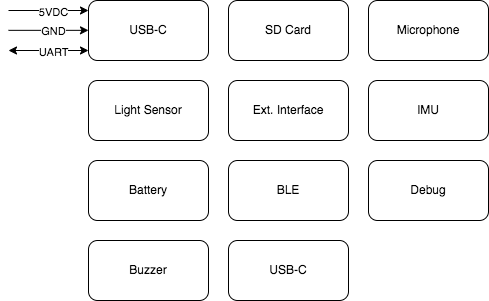
Earlier version of the draw.io export doc/img/functional.drawio.png (oldgeezr/sensa). Source tidied: cells renumbered, new cells last; positions are measured from the earlier drawing's top-left corner, leaving out a move shared by most shapes.
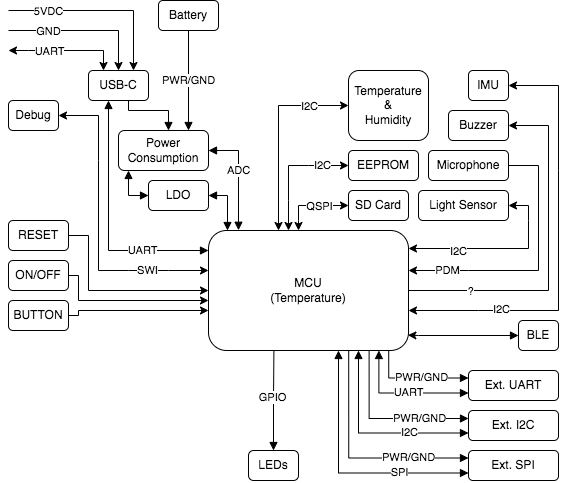
Above is the later version.

Change to the diagram source:
```diff
@@ -2,65 +2,353 @@
   <root>
     <mxCell id="0" />
     <mxCell id="1" parent="0" />
+    <mxCell id="19" style="edgeStyle=orthogonalEdgeStyle;rounded=0;jettySize=auto;html=1;startArrow=none;startFill=0;endArrow=block;endFill=1;" parent="1" edge="1" source="2" target="25">
+      <mxGeometry relative="1" as="geometry">
+        <Array as="points">
+          <mxPoint x="40" y="70" />
+          <mxPoint x="80" y="70" />
+        </Array>
+      </mxGeometry>
+    </mxCell>
+    <mxCell id="20" style="edgeStyle=orthogonalEdgeStyle;rounded=0;jettySize=auto;html=1;startArrow=block;startFill=1;endArrow=block;endFill=1;" parent="1" edge="1" source="2" target="26">
+      <mxGeometry relative="1" as="geometry">
+        <Array as="points">
+          <mxPoint x="20" y="210" />
+        </Array>
+      </mxGeometry>
+    </mxCell>
+    <mxCell id="21" value="UART" style="edgeLabel;html=1;align=center;verticalAlign=middle;" parent="20" vertex="1">
+      <mxGeometry x="0.47" y="1" relative="1" as="geometry" />
+    </mxCell>
     <mxCell id="2" value="USB-C" style="rounded=1;whiteSpace=wrap;html=1;" parent="1" vertex="1">
-      <mxGeometry x="80" width="120" height="60" as="geometry" />
+      <mxGeometry y="30" width="60" height="30" as="geometry" />
     </mxCell>
-    <mxCell id="3" style="endArrow=classic;html=1;rounded=0;startArrow=classic;startFill=1;" parent="1" edge="1">
+    <mxCell id="3" style="endArrow=classic;html=1;rounded=0;startArrow=classic;startFill=1;entryX=0.25;entryY=0;entryDx=0;entryDy=0;" parent="1" edge="1" target="2">
       <mxGeometry relative="1" as="geometry">
-        <mxPoint y="50" as="sourcePoint" />
-        <mxPoint x="80" y="50" as="targetPoint" />
+        <mxPoint x="-80" y="10" as="sourcePoint" />
+        <Array as="points">
+          <mxPoint x="-60" y="10" />
+          <mxPoint x="15" y="10" />
+        </Array>
       </mxGeometry>
     </mxCell>
     <mxCell id="4" value="UART" style="edgeLabel;html=1;align=center;verticalAlign=middle;" parent="3" vertex="1">
-      <mxGeometry x="0.1" y="-1" relative="1" as="geometry" />
+      <mxGeometry x="0.1" y="-1" relative="1" as="geometry">
+        <mxPoint x="-23" y="-1" as="offset" />
+      </mxGeometry>
     </mxCell>
-    <mxCell id="5" style="endArrow=classic;html=1;rounded=0;" parent="1" edge="1">
+    <mxCell id="5" style="endArrow=classic;html=1;rounded=0;entryX=0.5;entryY=0;entryDx=0;entryDy=0;" parent="1" edge="1" target="2">
       <mxGeometry relative="1" as="geometry">
-        <mxPoint y="29.8" as="sourcePoint" />
-        <mxPoint x="80" y="29.8" as="targetPoint" />
+        <mxPoint x="-80" y="-10" as="sourcePoint" />
+        <Array as="points">
+          <mxPoint x="30" y="-10" />
+        </Array>
       </mxGeometry>
     </mxCell>
     <mxCell id="6" value="GND" style="edgeLabel;html=1;align=center;verticalAlign=middle;" parent="5" vertex="1">
-      <mxGeometry x="0.1" y="-1" relative="1" as="geometry" />
+      <mxGeometry x="0.1" y="-1" relative="1" as="geometry">
+        <mxPoint x="-43" y="-1" as="offset" />
+      </mxGeometry>
     </mxCell>
-    <mxCell id="7" style="endArrow=classic;html=1;rounded=0;" parent="1" edge="1">
+    <mxCell id="7" style="endArrow=classic;html=1;rounded=0;entryX=0.75;entryY=0;entryDx=0;entryDy=0;" parent="1" edge="1" target="2">
       <mxGeometry relative="1" as="geometry">
-        <mxPoint y="10" as="sourcePoint" />
-        <mxPoint x="80" y="10" as="targetPoint" />
+        <mxPoint x="-80" y="-30" as="sourcePoint" />
+        <Array as="points">
+          <mxPoint x="45" y="-30" />
+        </Array>
       </mxGeometry>
     </mxCell>
     <mxCell id="8" value="5VDC" style="edgeLabel;html=1;align=center;verticalAlign=middle;" parent="7" vertex="1">
-      <mxGeometry x="0.1" y="-1" relative="1" as="geometry" />
+      <mxGeometry x="0.1" y="-1" relative="1" as="geometry">
+        <mxPoint x="-62" y="-1" as="offset" />
+      </mxGeometry>
     </mxCell>
-    <mxCell id="9" value="Light Sensor" style="rounded=1;whiteSpace=wrap;html=1;" parent="1" vertex="1">
-      <mxGeometry x="80" y="80" width="120" height="60" as="geometry" />
+    <mxCell id="9" value="Light Sensor" style="rounded=1;whiteSpace=wrap;html=1;glass=0;shadow=0;" parent="1" vertex="1">
+      <mxGeometry x="330" y="150" width="90" height="30" as="geometry" />
     </mxCell>
     <mxCell id="10" value="SD Card" style="rounded=1;whiteSpace=wrap;html=1;" parent="1" vertex="1">
-      <mxGeometry x="220" width="120" height="60" as="geometry" />
+      <mxGeometry x="260" y="150" width="60" height="30" as="geometry" />
     </mxCell>
-    <mxCell id="11" value="Ext. Interface" style="rounded=1;whiteSpace=wrap;html=1;" parent="1" vertex="1">
-      <mxGeometry x="220" y="80" width="120" height="60" as="geometry" />
-    </mxCell>
-    <mxCell id="12" value="Microphone" style="rounded=1;whiteSpace=wrap;html=1;" parent="1" vertex="1">
-      <mxGeometry x="360" width="120" height="60" as="geometry" />
+    <mxCell id="12" value="Temperature&lt;br&gt;&amp;amp;&lt;br&gt;Humidity" style="rounded=1;whiteSpace=wrap;html=1;" parent="1" vertex="1">
+      <mxGeometry x="260" y="30" width="80" height="70" as="geometry" />
     </mxCell>
     <mxCell id="13" value="IMU" style="rounded=1;whiteSpace=wrap;html=1;" parent="1" vertex="1">
-      <mxGeometry x="360" y="80" width="120" height="60" as="geometry" />
+      <mxGeometry x="380" y="30" width="40" height="30" as="geometry" />
     </mxCell>
+    <mxCell id="22" value="PWR/GND" style="edgeStyle=orthogonalEdgeStyle;rounded=0;jettySize=auto;html=1;startArrow=none;startFill=0;endArrow=block;endFill=1;" parent="1" edge="1" source="14">
+      <mxGeometry relative="1" as="geometry">
+        <mxPoint x="100" y="90" as="targetPoint" />
+      </mxGeometry>
+    </mxCell>
     <mxCell id="14" value="Battery" style="rounded=1;whiteSpace=wrap;html=1;" parent="1" vertex="1">
-      <mxGeometry x="80" y="160" width="120" height="60" as="geometry" />
+      <mxGeometry x="70" y="-40" width="60" height="30" as="geometry" />
     </mxCell>
+    <mxCell id="23" style="edgeStyle=orthogonalEdgeStyle;rounded=0;jettySize=auto;html=1;entryX=0.997;entryY=0.872;entryDx=0;entryDy=0;entryPerimeter=0;startArrow=block;startFill=1;exitX=0;exitY=0.5;exitDx=0;exitDy=0;" parent="1" edge="1" source="15" target="26">
+      <mxGeometry relative="1" as="geometry">
+        <Array as="points">
+          <mxPoint x="330" y="295" />
+        </Array>
+      </mxGeometry>
+    </mxCell>
     <mxCell id="15" value="BLE" style="rounded=1;whiteSpace=wrap;html=1;" parent="1" vertex="1">
-      <mxGeometry x="220" y="160" width="120" height="60" as="geometry" />
+      <mxGeometry x="430" y="280" width="40" height="30" as="geometry" />
     </mxCell>
-    <mxCell id="16" value="Debug" style="rounded=1;whiteSpace=wrap;html=1;" parent="1" vertex="1">
-      <mxGeometry x="360" y="160" width="120" height="60" as="geometry" />
-    </mxCell>
     <mxCell id="17" value="Buzzer" style="rounded=1;whiteSpace=wrap;html=1;" parent="1" vertex="1">
-      <mxGeometry x="80" y="240" width="120" height="60" as="geometry" />
+      <mxGeometry x="360" y="70" width="60" height="30" as="geometry" />
     </mxCell>
-    <mxCell id="18" value="USB-C" style="rounded=1;whiteSpace=wrap;html=1;" parent="1" vertex="1">
-      <mxGeometry x="220" y="240" width="120" height="60" as="geometry" />
+    <mxCell id="18" value="EEPROM" style="rounded=1;whiteSpace=wrap;html=1;" parent="1" vertex="1">
+      <mxGeometry x="260" y="110" width="70" height="30" as="geometry" />
     </mxCell>
+    <mxCell id="24" value="ADC" style="edgeStyle=orthogonalEdgeStyle;rounded=0;jettySize=auto;html=1;startArrow=block;startFill=1;endArrow=block;endFill=1;exitX=1;exitY=0.5;exitDx=0;exitDy=0;entryX=0.145;entryY=-0.002;entryDx=0;entryDy=0;entryPerimeter=0;" parent="1" edge="1" source="25" target="26">
+      <mxGeometry x="-0.1" relative="1" as="geometry">
+        <Array as="points">
+          <mxPoint x="150" y="110" />
+          <mxPoint x="150" y="190" />
+        </Array>
+      </mxGeometry>
+    </mxCell>
+    <mxCell id="25" value="Power&lt;br&gt;Consumption" style="rounded=1;whiteSpace=wrap;html=1;" parent="1" vertex="1">
+      <mxGeometry x="30" y="90" width="90" height="40" as="geometry" />
+    </mxCell>
+    <mxCell id="26" value="MCU&lt;br&gt;(Temperature)" style="rounded=1;whiteSpace=wrap;html=1;" parent="1" vertex="1">
+      <mxGeometry x="120" y="190" width="200" height="120" as="geometry" />
+    </mxCell>
+    <mxCell id="27" style="edgeStyle=orthogonalEdgeStyle;rounded=0;jettySize=auto;html=1;startArrow=block;startFill=1;endArrow=none;endFill=0;entryX=0.127;entryY=0.999;entryDx=0;entryDy=0;entryPerimeter=0;" parent="1" edge="1" source="29">
+      <mxGeometry relative="1" as="geometry">
+        <mxPoint x="185.4" y="309.9" as="targetPoint" />
+      </mxGeometry>
+    </mxCell>
+    <mxCell id="28" value="GPIO" style="edgeLabel;html=1;align=center;verticalAlign=middle;" parent="27" vertex="1">
+      <mxGeometry x="0.07" y="2" relative="1" as="geometry" />
+    </mxCell>
+    <mxCell id="29" value="LEDs" style="rounded=1;whiteSpace=wrap;html=1;arcSize=17;" parent="1" vertex="1">
+      <mxGeometry x="160" y="410" width="50" height="30" as="geometry" />
+    </mxCell>
+    <mxCell id="30" style="edgeStyle=orthogonalEdgeStyle;rounded=0;jettySize=auto;html=1;" parent="1" edge="1" source="31">
+      <mxGeometry relative="1" as="geometry">
+        <mxPoint x="120" y="260" as="targetPoint" />
+        <Array as="points">
+          <mxPoint x="-10" y="235" />
+          <mxPoint x="-10" y="260" />
+          <mxPoint x="120" y="260" />
+        </Array>
+      </mxGeometry>
+    </mxCell>
+    <mxCell id="31" value="ON/OFF" style="rounded=1;whiteSpace=wrap;html=1;" parent="1" vertex="1">
+      <mxGeometry x="-80" y="220" width="60" height="30" as="geometry" />
+    </mxCell>
+    <mxCell id="32" style="edgeStyle=orthogonalEdgeStyle;rounded=0;jettySize=auto;html=1;" parent="1" edge="1" source="33" target="26">
+      <mxGeometry relative="1" as="geometry">
+        <Array as="points">
+          <mxPoint y="195" />
+          <mxPoint y="250" />
+        </Array>
+      </mxGeometry>
+    </mxCell>
+    <mxCell id="33" value="RESET" style="rounded=1;whiteSpace=wrap;html=1;" parent="1" vertex="1">
+      <mxGeometry x="-80" y="180" width="60" height="30" as="geometry" />
+    </mxCell>
+    <mxCell id="34" style="edgeStyle=orthogonalEdgeStyle;rounded=0;jettySize=auto;html=1;exitX=1;exitY=0.5;exitDx=0;exitDy=0;" parent="1" edge="1" source="35">
+      <mxGeometry relative="1" as="geometry">
+        <mxPoint x="120" y="270" as="targetPoint" />
+        <Array as="points">
+          <mxPoint x="-10" y="275" />
+          <mxPoint x="-10" y="270" />
+          <mxPoint x="120" y="270" />
+        </Array>
+      </mxGeometry>
+    </mxCell>
+    <mxCell id="35" value="BUTTON" style="rounded=1;whiteSpace=wrap;html=1;" parent="1" vertex="1">
+      <mxGeometry x="-80" y="260" width="60" height="30" as="geometry" />
+    </mxCell>
+    <mxCell id="36" value="Microphone" style="rounded=1;whiteSpace=wrap;html=1;" parent="1" vertex="1">
+      <mxGeometry x="340" y="110" width="80" height="30" as="geometry" />
+    </mxCell>
+    <mxCell id="16" value="Debug" style="rounded=1;whiteSpace=wrap;html=1;glass=0;shadow=0;" parent="1" vertex="1">
+      <mxGeometry x="-80" y="60" width="50" height="30" as="geometry" />
+    </mxCell>
+    <mxCell id="37" style="endArrow=classic;startArrow=classic;html=1;rounded=0;exitX=1;exitY=0.5;exitDx=0;exitDy=0;" parent="1" edge="1" source="16">
+      <mxGeometry relative="1" as="geometry">
+        <mxPoint x="120" y="230" as="targetPoint" />
+        <Array as="points">
+          <mxPoint x="10" y="75" />
+          <mxPoint x="10" y="120" />
+          <mxPoint x="10" y="230" />
+          <mxPoint x="40" y="230" />
+          <mxPoint x="80" y="230" />
+        </Array>
+      </mxGeometry>
+    </mxCell>
+    <mxCell id="38" value="SWI" style="edgeLabel;html=1;align=center;verticalAlign=middle;" parent="37" vertex="1">
+      <mxGeometry x="0.6" y="1" relative="1" as="geometry" />
+    </mxCell>
+    <mxCell id="39" style="endArrow=classic;startArrow=classic;html=1;rounded=0;entryX=1;entryY=0.5;entryDx=0;entryDy=0;" parent="1" edge="1" target="9">
+      <mxGeometry relative="1" as="geometry">
+        <mxPoint x="320" y="208" as="sourcePoint" />
+        <Array as="points">
+          <mxPoint x="440" y="208" />
+          <mxPoint x="440" y="180" />
+          <mxPoint x="440" y="165" />
+        </Array>
+      </mxGeometry>
+    </mxCell>
+    <mxCell id="40" value="I2C" style="edgeLabel;html=1;align=center;verticalAlign=middle;" parent="39" vertex="1">
+      <mxGeometry x="-0.4" y="-2" relative="1" as="geometry">
+        <mxPoint x="-6" as="offset" />
+      </mxGeometry>
+    </mxCell>
+    <mxCell id="41" style="endArrow=classic;startArrow=classic;html=1;rounded=0;entryX=1;entryY=0.5;entryDx=0;entryDy=0;" parent="1" edge="1" target="13">
+      <mxGeometry relative="1" as="geometry">
+        <mxPoint x="320" y="270" as="sourcePoint" />
+        <Array as="points">
+          <mxPoint x="390" y="270" />
+          <mxPoint x="470" y="270" />
+          <mxPoint x="470" y="130" />
+          <mxPoint x="470" y="45" />
+        </Array>
+      </mxGeometry>
+    </mxCell>
+    <mxCell id="42" value="I2C" style="edgeLabel;html=1;align=center;verticalAlign=middle;" parent="41" vertex="1">
+      <mxGeometry x="-0.53" y="2" relative="1" as="geometry">
+        <mxPoint x="-8" as="offset" />
+      </mxGeometry>
+    </mxCell>
+    <mxCell id="43" style="endArrow=classic;startArrow=none;html=1;rounded=0;entryX=1;entryY=0.5;entryDx=0;entryDy=0;exitX=1;exitY=0.5;exitDx=0;exitDy=0;startFill=0;" parent="1" edge="1" source="26" target="17">
+      <mxGeometry relative="1" as="geometry">
+        <Array as="points">
+          <mxPoint x="460" y="250" />
+          <mxPoint x="460" y="85" />
+        </Array>
+      </mxGeometry>
+    </mxCell>
+    <mxCell id="44" value="?" style="edgeLabel;html=1;align=center;verticalAlign=middle;" parent="43" vertex="1">
+      <mxGeometry x="-0.64" relative="1" as="geometry" />
+    </mxCell>
+    <mxCell id="45" style="endArrow=none;startArrow=classic;html=1;rounded=0;entryX=1;entryY=0.5;entryDx=0;entryDy=0;endFill=0;" parent="1" edge="1" target="36">
+      <mxGeometry relative="1" as="geometry">
+        <mxPoint x="320" y="230" as="sourcePoint" />
+        <Array as="points">
+          <mxPoint x="380" y="230" />
+          <mxPoint x="450" y="230" />
+          <mxPoint x="450" y="125" />
+        </Array>
+      </mxGeometry>
+    </mxCell>
+    <mxCell id="46" value="PDM" style="edgeLabel;html=1;align=center;verticalAlign=middle;" parent="45" vertex="1">
+      <mxGeometry x="-0.71" y="1" relative="1" as="geometry" />
+    </mxCell>
+    <mxCell id="47" style="endArrow=classic;startArrow=classic;html=1;rounded=0;entryX=0;entryY=0.5;entryDx=0;entryDy=0;" parent="1" edge="1" target="10">
+      <mxGeometry relative="1" as="geometry">
+        <mxPoint x="210" y="190" as="sourcePoint" />
+        <Array as="points">
+          <mxPoint x="210" y="180" />
+          <mxPoint x="210" y="165" />
+        </Array>
+      </mxGeometry>
+    </mxCell>
+    <mxCell id="48" value="QSPI" style="edgeLabel;html=1;align=center;verticalAlign=middle;" parent="47" vertex="1">
+      <mxGeometry x="0.49" y="-1" relative="1" as="geometry">
+        <mxPoint x="-11" y="-1" as="offset" />
+      </mxGeometry>
+    </mxCell>
+    <mxCell id="49" value="I2C" style="endArrow=classic;startArrow=classic;html=1;rounded=0;entryX=0;entryY=0.5;entryDx=0;entryDy=0;" parent="1" edge="1" target="18">
+      <mxGeometry x="0.59" relative="1" as="geometry">
+        <mxPoint x="200" y="190" as="sourcePoint" />
+        <Array as="points">
+          <mxPoint x="200" y="160" />
+          <mxPoint x="200" y="125" />
+          <mxPoint x="220" y="125" />
+        </Array>
+      </mxGeometry>
+    </mxCell>
+    <mxCell id="50" style="edgeStyle=orthogonalEdgeStyle;rounded=0;jettySize=auto;html=1;startArrow=block;startFill=1;endArrow=none;endFill=0;exitX=0;exitY=0.25;exitDx=0;exitDy=0;entryX=0.901;entryY=0.997;entryDx=0;entryDy=0;entryPerimeter=0;" parent="1" edge="1" source="52" target="26">
+      <mxGeometry relative="1" as="geometry" />
+    </mxCell>
+    <mxCell id="51" value="PWR/GND" style="edgeLabel;html=1;align=center;verticalAlign=middle;" parent="50" vertex="1">
+      <mxGeometry x="-0.11" y="-1" relative="1" as="geometry" />
+    </mxCell>
+    <mxCell id="52" value="Ext. UART" style="rounded=1;whiteSpace=wrap;html=1;" parent="1" vertex="1">
+      <mxGeometry x="380" y="330" width="90" height="30" as="geometry" />
+    </mxCell>
+    <mxCell id="53" style="edgeStyle=orthogonalEdgeStyle;rounded=0;jettySize=auto;html=1;startArrow=block;startFill=1;endArrow=block;endFill=1;exitX=0;exitY=0.75;exitDx=0;exitDy=0;entryX=0.852;entryY=1;entryDx=0;entryDy=0;entryPerimeter=0;" parent="1" edge="1" source="52" target="26">
+      <mxGeometry relative="1" as="geometry" />
+    </mxCell>
+    <mxCell id="54" value="UART" style="edgeLabel;html=1;align=center;verticalAlign=middle;" parent="53" vertex="1">
+      <mxGeometry x="-0.37" y="-1" relative="1" as="geometry">
+        <mxPoint x="-19" as="offset" />
+      </mxGeometry>
+    </mxCell>
+    <mxCell id="55" style="edgeStyle=orthogonalEdgeStyle;rounded=0;jettySize=auto;html=1;startArrow=block;startFill=1;endArrow=none;endFill=0;entryX=0.803;entryY=1.001;entryDx=0;entryDy=0;entryPerimeter=0;" parent="1" edge="1" target="26">
+      <mxGeometry relative="1" as="geometry">
+        <mxPoint x="380" y="378" as="sourcePoint" />
+      </mxGeometry>
+    </mxCell>
+    <mxCell id="56" value="PWR/GND" style="edgeLabel;html=1;align=center;verticalAlign=middle;" parent="55" vertex="1">
+      <mxGeometry x="-0.11" y="-1" relative="1" as="geometry">
+        <mxPoint x="24" as="offset" />
+      </mxGeometry>
+    </mxCell>
+    <mxCell id="57" value="Ext. I2C" style="rounded=1;whiteSpace=wrap;html=1;" parent="1" vertex="1">
+      <mxGeometry x="380" y="370" width="90" height="30" as="geometry" />
+    </mxCell>
+    <mxCell id="58" style="edgeStyle=orthogonalEdgeStyle;rounded=0;jettySize=auto;html=1;startArrow=block;startFill=1;endArrow=block;endFill=1;entryX=0.75;entryY=1;entryDx=0;entryDy=0;exitX=0;exitY=0.75;exitDx=0;exitDy=0;" parent="1" edge="1" source="57" target="26">
+      <mxGeometry relative="1" as="geometry" />
+    </mxCell>
+    <mxCell id="59" value="I2C" style="edgeLabel;html=1;align=center;verticalAlign=middle;" parent="58" vertex="1">
+      <mxGeometry x="-0.37" y="-1" relative="1" as="geometry" />
+    </mxCell>
+    <mxCell id="60" style="edgeStyle=orthogonalEdgeStyle;rounded=0;jettySize=auto;html=1;startArrow=block;startFill=1;endArrow=none;endFill=0;exitX=0;exitY=0.25;exitDx=0;exitDy=0;entryX=0.701;entryY=1.002;entryDx=0;entryDy=0;entryPerimeter=0;" parent="1" edge="1" source="62" target="26">
+      <mxGeometry relative="1" as="geometry" />
+    </mxCell>
+    <mxCell id="61" value="PWR/GND" style="edgeLabel;html=1;align=center;verticalAlign=middle;" parent="60" vertex="1">
+      <mxGeometry x="-0.11" y="-1" relative="1" as="geometry">
+        <mxPoint x="41" as="offset" />
+      </mxGeometry>
+    </mxCell>
+    <mxCell id="62" value="Ext. SPI" style="rounded=1;whiteSpace=wrap;html=1;" parent="1" vertex="1">
+      <mxGeometry x="380" y="410" width="90" height="30" as="geometry" />
+    </mxCell>
+    <mxCell id="63" style="edgeStyle=orthogonalEdgeStyle;rounded=0;jettySize=auto;html=1;startArrow=block;startFill=1;endArrow=block;endFill=1;entryX=0.65;entryY=1;entryDx=0;entryDy=0;entryPerimeter=0;exitX=0;exitY=0.75;exitDx=0;exitDy=0;" parent="1" edge="1" source="62" target="26">
+      <mxGeometry relative="1" as="geometry" />
+    </mxCell>
+    <mxCell id="64" value="SPI" style="edgeLabel;html=1;align=center;verticalAlign=middle;" parent="63" vertex="1">
+      <mxGeometry x="-0.37" y="-1" relative="1" as="geometry">
+        <mxPoint x="9" as="offset" />
+      </mxGeometry>
+    </mxCell>
+    <mxCell id="65" style="edgeStyle=orthogonalEdgeStyle;rounded=0;jettySize=auto;html=1;startArrow=block;startFill=1;endArrow=block;endFill=1;" parent="1" edge="1" source="67">
+      <mxGeometry relative="1" as="geometry">
+        <mxPoint x="40" y="130" as="targetPoint" />
+        <Array as="points">
+          <mxPoint x="40" y="155" />
+        </Array>
+      </mxGeometry>
+    </mxCell>
+    <mxCell id="66" style="edgeStyle=orthogonalEdgeStyle;rounded=0;jettySize=auto;html=1;startArrow=block;startFill=1;endArrow=block;endFill=1;" parent="1" edge="1" source="67">
+      <mxGeometry relative="1" as="geometry">
+        <mxPoint x="140" y="190" as="targetPoint" />
+        <Array as="points">
+          <mxPoint x="139" y="155" />
+          <mxPoint x="139" y="190" />
+          <mxPoint x="140" y="190" />
+        </Array>
+      </mxGeometry>
+    </mxCell>
+    <mxCell id="67" value="LDO" style="rounded=1;whiteSpace=wrap;html=1;" parent="1" vertex="1">
+      <mxGeometry x="60" y="140" width="60" height="30" as="geometry" />
+    </mxCell>
+    <mxCell id="68" style="endArrow=classic;startArrow=classic;html=1;rounded=0;entryX=0;entryY=0.5;entryDx=0;entryDy=0;" parent="1" edge="1" target="12">
+      <mxGeometry relative="1" as="geometry">
+        <mxPoint x="190" y="190" as="sourcePoint" />
+        <Array as="points">
+          <mxPoint x="190" y="65" />
+        </Array>
+      </mxGeometry>
+    </mxCell>
+    <mxCell id="69" value="I2C&lt;br&gt;" style="edgeLabel;html=1;align=center;verticalAlign=middle;" parent="68" vertex="1">
+      <mxGeometry x="0.5" relative="1" as="geometry">
+        <mxPoint x="9" as="offset" />
+      </mxGeometry>
+    </mxCell>
   </root>
 </mxGraphModel>
```
